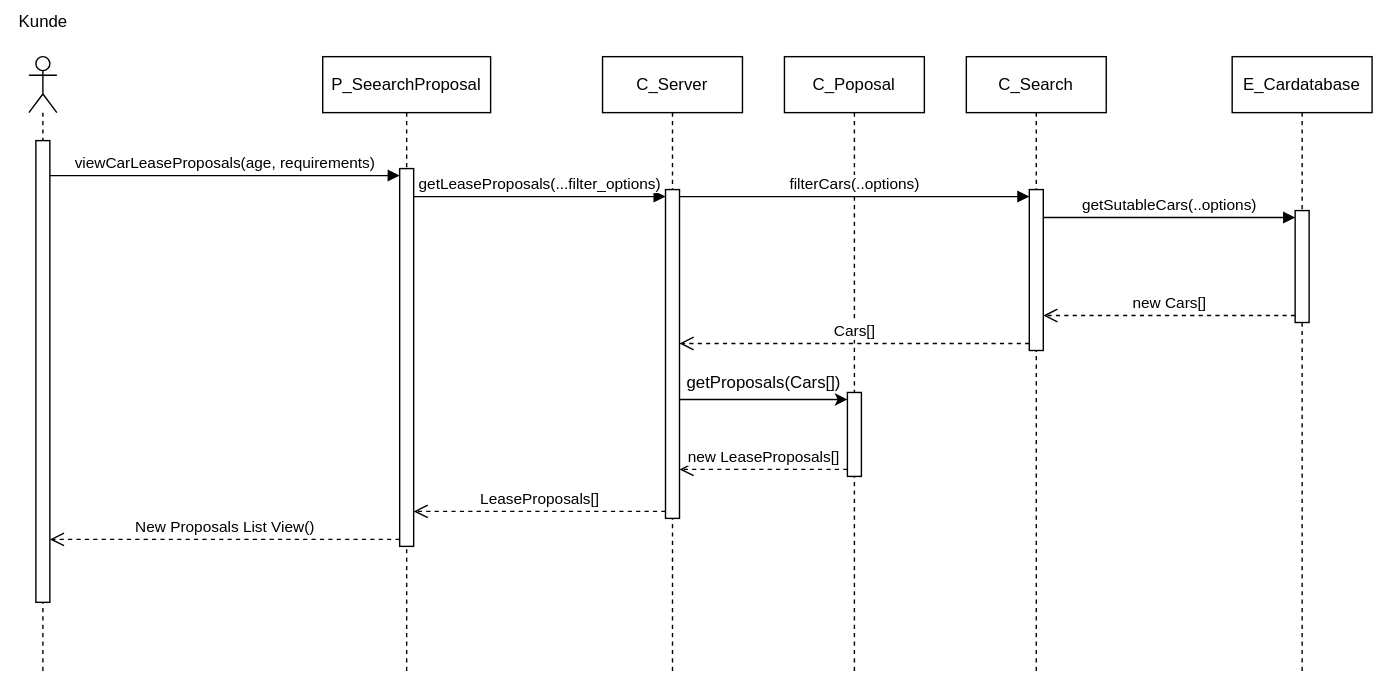
Earlier version of the draw.io export sw-eng-05.drawio.svg (MassimiIiano/software-eng-projects-uni). Source tidied: cells renumbered, new cells last; positions are measured from the earlier drawing's top-left corner, leaving out a move shared by most shapes.
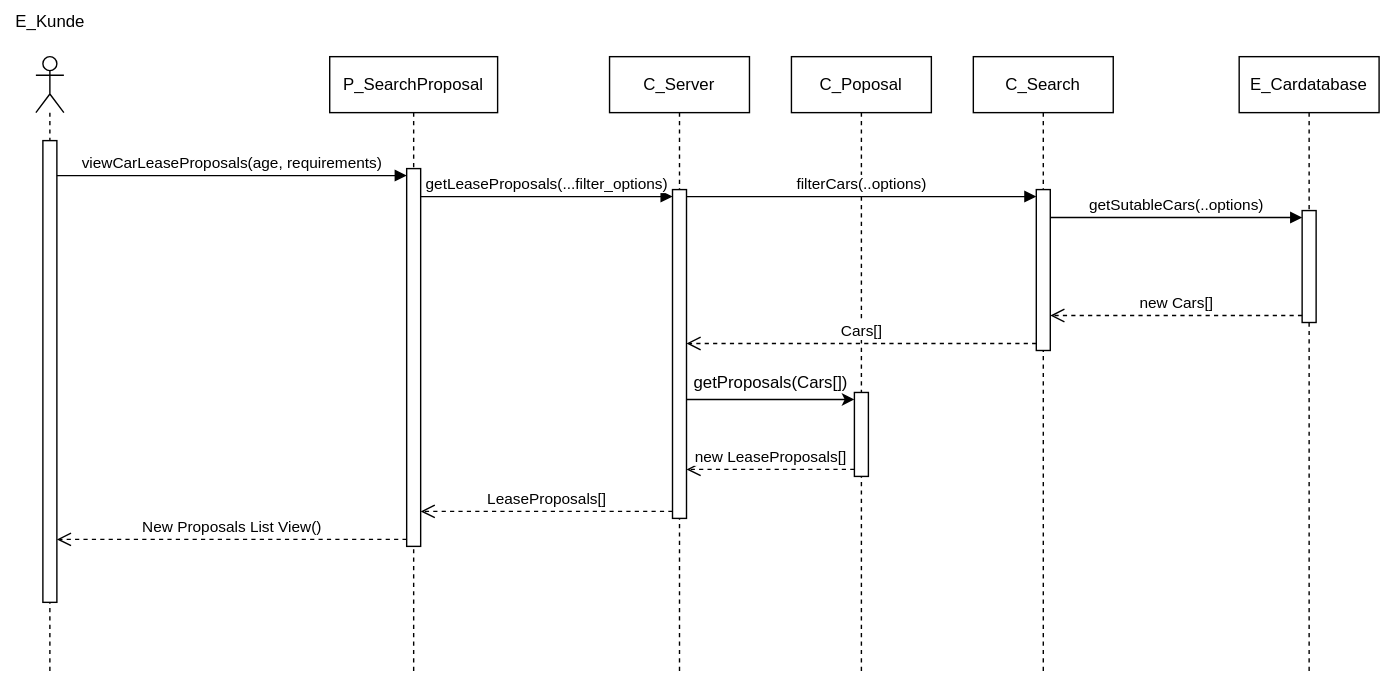
Later version of the same file.

Diff of the diagram source:
```diff
@@ -8,7 +8,7 @@
     <mxCell id="3" style="html=1;points=[[0,0,0,0,5],[0,1,0,0,-5],[1,0,0,0,5],[1,1,0,0,-5]];perimeter=orthogonalPerimeter;outlineConnect=0;targetShapes=umlLifeline;portConstraint=eastwest;newEdgeStyle={&quot;curved&quot;:0,&quot;rounded&quot;:0};" parent="2" vertex="1">
       <mxGeometry x="5" y="60" width="10" height="330" as="geometry" />
     </mxCell>
-    <mxCell id="4" value="P_SeearchProposal" style="shape=umlLifeline;perimeter=lifelinePerimeter;whiteSpace=wrap;html=1;newEdgeStyle={&quot;curved&quot;:0,&quot;rounded&quot;:0};" parent="1" vertex="1">
+    <mxCell id="4" value="P_SearchProposal" style="shape=umlLifeline;perimeter=lifelinePerimeter;whiteSpace=wrap;html=1;newEdgeStyle={&quot;curved&quot;:0,&quot;rounded&quot;:0};" parent="1" vertex="1">
       <mxGeometry x="230" y="40" width="120" height="440" as="geometry" />
     </mxCell>
     <mxCell id="5" style="html=1;points=[[0,0,0,0,5],[0,1,0,0,-5],[1,0,0,0,5],[1,1,0,0,-5]];perimeter=orthogonalPerimeter;outlineConnect=0;targetShapes=umlLifeline;portConstraint=eastwest;newEdgeStyle={&quot;curved&quot;:0,&quot;rounded&quot;:0};" parent="4" vertex="1">
@@ -41,8 +41,8 @@
     <mxCell id="14" value="new Cars[]" style="html=1;verticalAlign=bottom;endArrow=open;dashed=1;endSize=8;curved=0;rounded=0;exitX=0;exitY=1;exitDx=0;exitDy=-5;" parent="1" edge="1" source="9" target="7">
       <mxGeometry relative="1" as="geometry" />
     </mxCell>
-    <mxCell id="15" value="Kunde" style="text;html=1;align=center;verticalAlign=middle;strokeColor=none;fillColor=none;" parent="1" vertex="1">
-      <mxGeometry width="60" height="30" as="geometry" />
+    <mxCell id="15" value="E_Kunde" style="text;html=1;align=center;verticalAlign=middle;strokeColor=none;fillColor=none;" parent="1" vertex="1">
+      <mxGeometry x="-5" width="70" height="30" as="geometry" />
     </mxCell>
     <mxCell id="16" value="C_Poposal" style="shape=umlLifeline;perimeter=lifelinePerimeter;whiteSpace=wrap;html=1;newEdgeStyle={&quot;curved&quot;:0,&quot;rounded&quot;:0};" parent="1" vertex="1">
       <mxGeometry x="560" y="40" width="100" height="440" as="geometry" />
```
